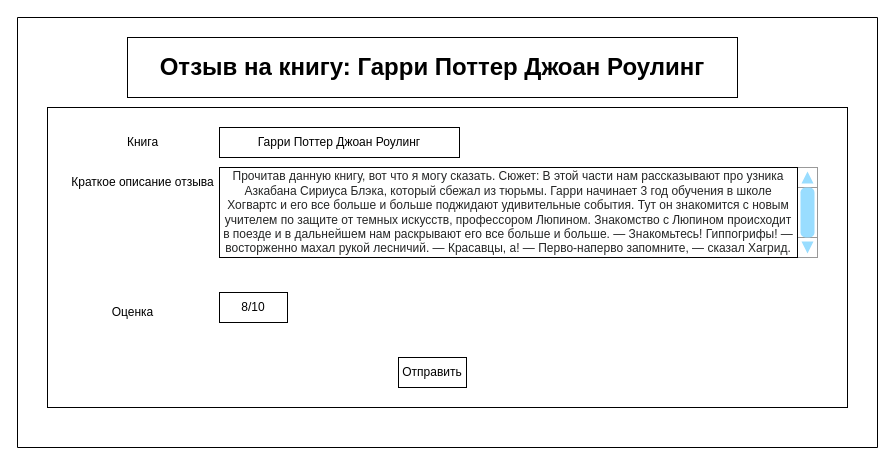
Above: page "Страница 5" (5 of 5) of source/mainPage.drawio in slavableat/TRITPO_LAB2 (draw.io), before the change. Source tidied: cells renumbered, new cells numbered last; positions are measured from the earlier drawing's top-left corner, leaving out a move shared by most shapes. Both pictures are drawn from the tidied source at 100%, with x=0, y=0 at pixel (17, 17).
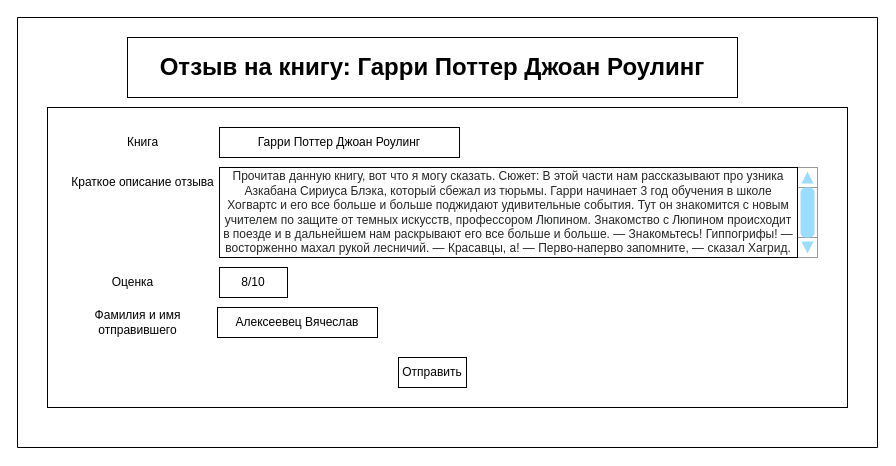
The same page after the edit.

The edit, as a diff of the source:
```diff
@@
     <mxCell id="13" value="Оценка" style="text;html=1;align=center;verticalAlign=middle;strokeColor=none;fillColor=none;" parent="1" vertex="1">
-      <mxGeometry x="85" y="285" width="60" height="20" as="geometry" />
+      <mxGeometry x="85" y="255" width="60" height="20" as="geometry" />
     </mxCell>
     <mxCell id="14" value="8/10" style="rounded=0;whiteSpace=wrap;html=1;" parent="1" vertex="1">
-      <mxGeometry x="202" y="275" width="68" height="30" as="geometry" />
+      <mxGeometry x="202" y="250" width="68" height="30" as="geometry" />
     </mxCell>
@@
+    <mxCell id="17" value="Фамилия и имя&lt;br&gt;отправившего" style="text;html=1;align=center;verticalAlign=middle;strokeColor=none;fillColor=none;" parent="1" vertex="1">
+      <mxGeometry x="70" y="290" width="100" height="30" as="geometry" />
+    </mxCell>
+    <mxCell id="18" value="Алексеевец Вячеслав" style="rounded=0;whiteSpace=wrap;html=1;" parent="1" vertex="1">
+      <mxGeometry x="200" y="290" width="160" height="30" as="geometry" />
+    </mxCell>
```
